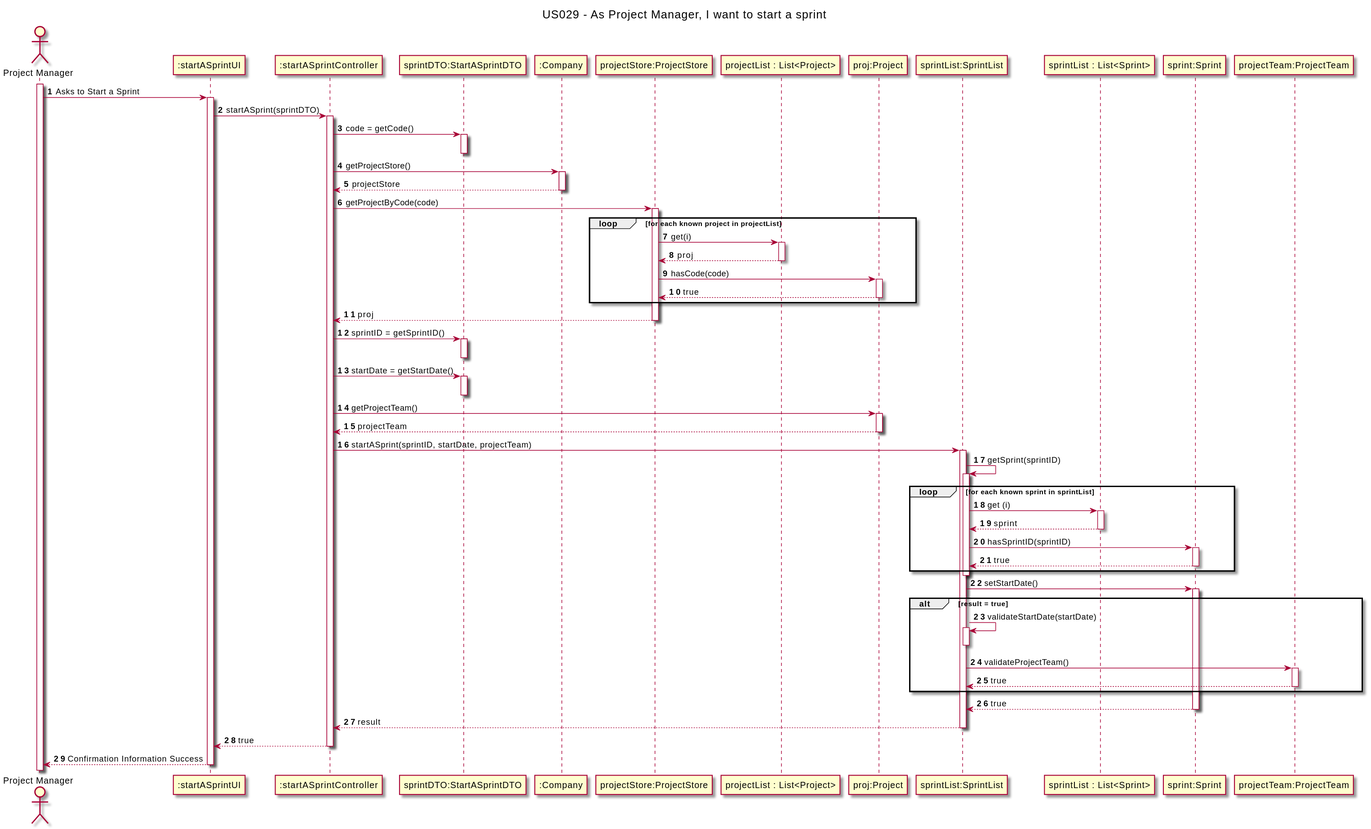
Above: docs/Sprint3/US029/US029-SD.svg in nunogon1211787/projectManagement (PlantUML), before the change. Source of this version:
```plantuml
@startuml

title US029 - As Project Manager, I want to start a sprint

autoactivate on
autonumber

actor "Project Manager" as ProjectManager
participant ":startASprintUI" as UI
participant ":startASprintController" as Ctrl
participant "sprintDTO:StartASprintDTO" as sprintDTO
participant ":Company" as company
participant "projectStore:ProjectStore" as projectStore
participant "projectList : List<Project>" as projectList
participant "proj:Project" as proj
participant "sprintList:SprintList" as sprintList
participant "sprintList : List<Sprint>" as listSprint
participant "sprint:Sprint" as sprint
participant "projectTeam:ProjectTeam" as projectTeam

activate ProjectManager

ProjectManager -> UI: Asks to Start a Sprint
UI -> Ctrl: startASprint(sprintDTO)
Ctrl -> sprintDTO: code = getCode()
deactivate sprintDTO
Ctrl -> company: getProjectStore()
company --> Ctrl: projectStore
Ctrl -> projectStore: getProjectByCode(code)
loop  for each known project in projectList
projectStore -> projectList: get(i)
projectList --> projectStore: proj
projectStore -> proj: hasCode(code)
return true
end
return proj
Ctrl -> sprintDTO: sprintID = getSprintID()
deactivate sprintDTO
Ctrl -> sprintDTO: startDate = getStartDate()
deactivate sprintDTO
Ctrl -> proj: getProjectTeam()
proj --> Ctrl: projectTeam
deactivate proj
Ctrl -> sprintList: startASprint(sprintID, startDate, projectTeam)
sprintList -> sprintList: getSprint(sprintID)
loop for each known sprint in sprintList
sprintList -> listSprint: get (i)
listSprint --> sprintList: sprint
sprintList -> sprint: hasSprintID(sprintID)
return true
end
deactivate sprintList
sprintList -> sprint: setStartDate()
alt result = true
sprintList -> sprintList: validateStartDate(startDate)
deactivate sprintList
sprintList -> projectTeam: validateProjectTeam()
projectTeam --> sprintList: true
end
sprint --> sprintList: true
sprintList --> Ctrl: result
Ctrl --> UI: true
UI --> ProjectManager: Confirmation Information Success
@enduml
```
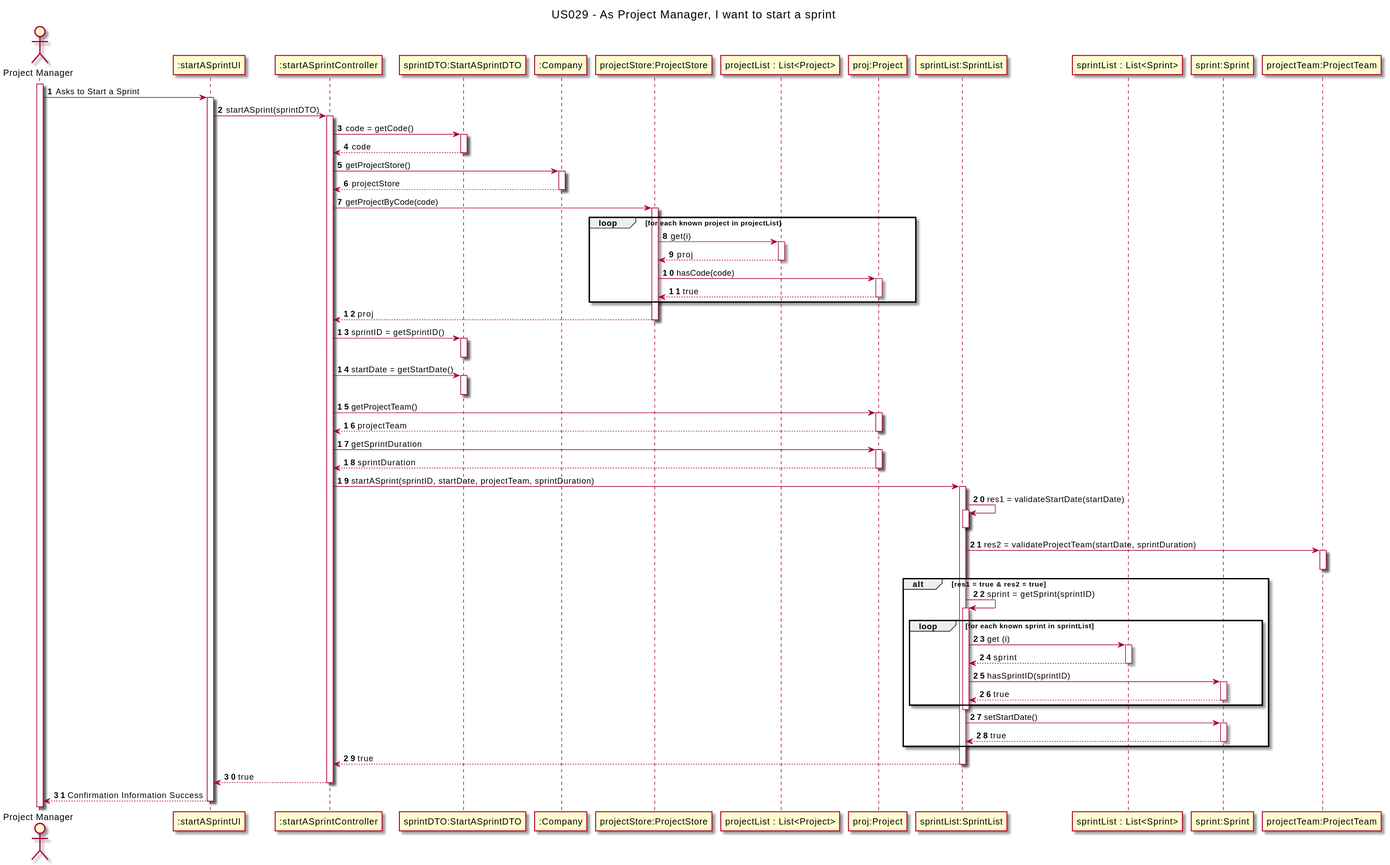
Later version of the same file.

Diff of the diagram source:
```diff
@@ -23,6 +23,7 @@
 ProjectManager -> UI: Asks to Start a Sprint
 UI -> Ctrl: startASprint(sprintDTO)
 Ctrl -> sprintDTO: code = getCode()
+sprintDTO --> Ctrl: code
 deactivate sprintDTO
 Ctrl -> company: getProjectStore()
 company --> Ctrl: projectStore
@@ -40,9 +41,16 @@
 deactivate sprintDTO
 Ctrl -> proj: getProjectTeam()
 proj --> Ctrl: projectTeam
+Ctrl -> proj: getSprintDuration
+proj --> Ctrl: sprintDuration
 deactivate proj
-Ctrl -> sprintList: startASprint(sprintID, startDate, projectTeam)
-sprintList -> sprintList: getSprint(sprintID)
+Ctrl -> sprintList: startASprint(sprintID, startDate, projectTeam, sprintDuration)
+sprintList -> sprintList: res1 = validateStartDate(startDate)
+deactivate sprintList
+sprintList -> projectTeam: res2 = validateProjectTeam(startDate, sprintDuration)
+deactivate projectTeam
+alt res1 = true & res2 = true
+sprintList -> sprintList: sprint = getSprint(sprintID)
 loop for each known sprint in sprintList
 sprintList -> listSprint: get (i)
 listSprint --> sprintList: sprint
@@ -51,14 +59,9 @@
 end
 deactivate sprintList
 sprintList -> sprint: setStartDate()
-alt result = true
-sprintList -> sprintList: validateStartDate(startDate)
-deactivate sprintList
-sprintList -> projectTeam: validateProjectTeam()
-projectTeam --> sprintList: true
+sprint --> sprintList: true
 end
-sprint --> sprintList: true
-sprintList --> Ctrl: result
+sprintList --> Ctrl: true
 Ctrl --> UI: true
 UI --> ProjectManager: Confirmation Information Success
 @enduml
```
